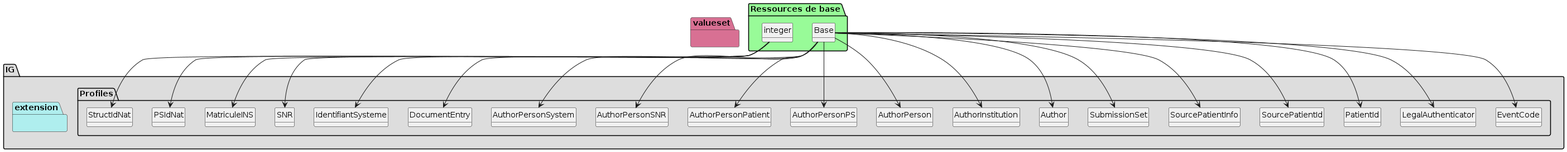
Before: add-info-dmp/plantuml/graph.png, a diagram exported from PlantUML (ansforge/IG-FHIR-PDSM4DMP-EEDS).
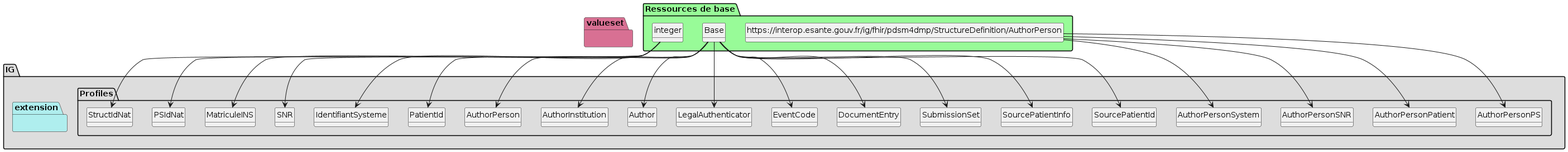
Later version of the same file.

The edit, as a diff of the source:
```diff
@@ -19,65 +19,71 @@
         class AuthorInstitution{
 
              AuthorInstitution => [None..None]
-             AuthorInstitution.1 => [1..1]
-             AuthorInstitution.6 => [1..1]
-             AuthorInstitution.7 => [1..1]
-             AuthorInstitution.10 => [1..1]
+             AuthorInstitution.XON1 => [1..1]
+             AuthorInstitution.XON6 => [1..1]
+             AuthorInstitution.XON6.composant1 => [1..1]
+             AuthorInstitution.XON6.composant2 => [1..1]
+             AuthorInstitution.XON6.composant3 => [1..1]
+             AuthorInstitution.XON7 => [1..1]
+             AuthorInstitution.XON10 => [1..1]
         }
 
         class AuthorPerson{
 
              AuthorPerson => [None..None]
-             AuthorPerson.1 => [1..1]
-             AuthorPerson.2 => [1..1]
-             AuthorPerson.3 => [1..1]
-             AuthorPerson.9 => [1..1]
-             AuthorPerson.10 => [1..1]
-             AuthorPerson.13 => [1..1]
+             AuthorPerson.XCN1 => [1..1]
+             AuthorPerson.XCN2 => [1..1]
+             AuthorPerson.XCN3 => [1..1]
+             AuthorPerson.XCN9 => [1..1]
+             AuthorPerson.XCN9.composant1 => [1..1]
+             AuthorPerson.XCN9.composant2 => [1..1]
+             AuthorPerson.XCN9.composant3 => [1..1]
+             AuthorPerson.XCN10 => [1..1]
+             AuthorPerson.XCN13 => [1..1]
         }
 
         class AuthorPersonPS{
 
              AuthorPersonPS => [None..None]
-             AuthorPersonPS.1 => [1..1]
-             AuthorPersonPS.2 => [1..1]
-             AuthorPersonPS.3 => [1..1]
-             AuthorPersonPS.9 => [1..1]
-             AuthorPersonPS.10 => [1..1]
-             AuthorPersonPS.13 => [1..1]
+             AuthorPersonPS.XCN1 => [None..None]
+             AuthorPersonPS.XCN2 => [None..None]
+             AuthorPersonPS.XCN3 => [None..None]
+             AuthorPersonPS.XCN9.composant2 => [None..None]
+             AuthorPersonPS.XCN10 => [None..None]
+             AuthorPersonPS.XCN13 => [None..None]
         }
 
         class AuthorPersonPatient{
 
              AuthorPersonPatient => [None..None]
-             AuthorPersonPatient.1 => [1..1]
-             AuthorPersonPatient.2 => [1..1]
-             AuthorPersonPatient.3 => [1..1]
-             AuthorPersonPatient.9 => [1..1]
-             AuthorPersonPatient.10 => [1..1]
-             AuthorPersonPatient.13 => [1..1]
+             AuthorPersonPatient.XCN1 => [None..None]
+             AuthorPersonPatient.XCN2 => [None..None]
+             AuthorPersonPatient.XCN3 => [None..None]
+             AuthorPersonPatient.XCN9.composant2 => [None..None]
+             AuthorPersonPatient.XCN10 => [None..None]
+             AuthorPersonPatient.XCN13 => [None..None]
         }
 
         class AuthorPersonSNR{
 
              AuthorPersonSNR => [None..None]
-             AuthorPersonSNR.1 => [1..1]
-             AuthorPersonSNR.2 => [1..1]
-             AuthorPersonSNR.3 => [1..1]
-             AuthorPersonSNR.9 => [1..1]
-             AuthorPersonSNR.10 => [1..1]
-             AuthorPersonSNR.13 => [1..1]
+             AuthorPersonSNR.XCN1 => [None..None]
+             AuthorPersonSNR.XCN2 => [None..None]
+             AuthorPersonSNR.XCN3 => [None..None]
+             AuthorPersonSNR.XCN9.composant2 => [None..None]
+             AuthorPersonSNR.XCN10 => [None..None]
+             AuthorPersonSNR.XCN13 => [None..None]
         }
 
         class AuthorPersonSystem{
 
              AuthorPersonSystem => [None..None]
-             AuthorPersonSystem.1 => [1..1]
-             AuthorPersonSystem.2 => [1..1]
-             AuthorPersonSystem.3 => [1..1]
-             AuthorPersonSystem.9 => [1..1]
-             AuthorPersonSystem.10 => [1..1]
-             AuthorPersonSystem.13 => [1..1]
+             AuthorPersonSystem.XCN1 => [None..None]
+             AuthorPersonSystem.XCN2 => [None..None]
+             AuthorPersonSystem.XCN3 => [None..None]
+             AuthorPersonSystem.XCN9.composant2 => [None..None]
+             AuthorPersonSystem.XCN10 => [None..None]
+             AuthorPersonSystem.XCN13 => [None..None]
         }
 
         class DocumentEntry{
@@ -132,12 +138,12 @@
         class LegalAuthenticator{
 
              LegalAuthenticator => [None..None]
-             LegalAuthenticator.1 => [1..1]
-             LegalAuthenticator.2 => [1..1]
-             LegalAuthenticator.3 => [1..1]
-             LegalAuthenticator.9 => [1..1]
-             LegalAuthenticator.10 => [1..1]
-             LegalAuthenticator.13 => [1..1]
+             LegalAuthenticator.XCN1 => [1..1]
+             LegalAuthenticator.XCN2 => [1..1]
+             LegalAuthenticator.XCN3 => [1..1]
+             LegalAuthenticator.XCN9 => [1..1]
+             LegalAuthenticator.XCN10 => [1..1]
+             LegalAuthenticator.XCN13 => [1..1]
         }
 
         class MatriculeINS{
@@ -151,9 +157,9 @@
         class PatientId{
 
              PatientId => [None..None]
-             PatientId.1 => [1..1]
-             PatientId.4 => [1..1]
-             PatientId.5 => [1..1]
+             PatientId.CX1 => [1..1]
+             PatientId.CX4 => [1..1]
+             PatientId.CX5 => [1..1]
         }
 
         class SNR{
@@ -163,26 +169,25 @@
         class SourcePatientId{
 
              SourcePatientId => [None..None]
-             SourcePatientId.1 => [1..1]
-             SourcePatientId.4 => [1..1]
-             SourcePatientId.5 => [1..1]
+             SourcePatientId.CX1 => [1..1]
+             SourcePatientId.CX4 => [1..1]
+             SourcePatientId.CX5 => [1..1]
         }
 
         class SourcePatientInfo{
 
              SourcePatientInfo => [None..None]
-             SourcePatientInfo.PID => [1..1]
-             SourcePatientInfo.PID.3 => [0..1]
-             SourcePatientInfo.PID.5 => [1..*]
-             SourcePatientInfo.PID.7 => [0..1]
-             SourcePatientInfo.PID.8 => [0..1]
-             SourcePatientInfo.PID.11 => [0..1]
-             SourcePatientInfo.PID.13 => [0..1]
-             SourcePatientInfo.PID.14 => [0..1]
-             SourcePatientInfo.PID.15 => [0..1]
-             SourcePatientInfo.PID.16 => [0..1]
-             SourcePatientInfo.PID.18 => [0..1]
-             SourcePatientInfo.PID.21 => [0..1]
+             SourcePatientInfo.PID3 => [0..1]
+             SourcePatientInfo.PID5 => [1..*]
+             SourcePatientInfo.PID7 => [0..1]
+             SourcePatientInfo.PID8 => [0..1]
+             SourcePatientInfo.PID11 => [0..1]
+             SourcePatientInfo.PID13 => [0..1]
+             SourcePatientInfo.PID14 => [0..1]
+             SourcePatientInfo.PID15 => [0..1]
+             SourcePatientInfo.PID16 => [0..1]
+             SourcePatientInfo.PID18 => [0..1]
+             SourcePatientInfo.PID21 => [0..1]
         }
 
         class StructIdNat{
@@ -229,21 +234,21 @@
 
     class095a1b43effec73955e31e790438de49 --> AuthorPerson
 
- class "Base" as  class095a1b43effec73955e31e790438de49
+ class "https://interop.esante.gouv.fr/ig/fhir/pdsm4dmp/StructureDefinition/AuthorPerson" as  class13efa5e33f55644d6cfbc450d7ab19ac
 
-    class095a1b43effec73955e31e790438de49 --> AuthorPersonPS
+    class13efa5e33f55644d6cfbc450d7ab19ac --> AuthorPersonPS
 
- class "Base" as  class095a1b43effec73955e31e790438de49
+ class "https://interop.esante.gouv.fr/ig/fhir/pdsm4dmp/StructureDefinition/AuthorPerson" as  class13efa5e33f55644d6cfbc450d7ab19ac
 
-    class095a1b43effec73955e31e790438de49 --> AuthorPersonPatient
+    class13efa5e33f55644d6cfbc450d7ab19ac --> AuthorPersonPatient
 
- class "Base" as  class095a1b43effec73955e31e790438de49
+ class "https://interop.esante.gouv.fr/ig/fhir/pdsm4dmp/StructureDefinition/AuthorPerson" as  class13efa5e33f55644d6cfbc450d7ab19ac
 
-    class095a1b43effec73955e31e790438de49 --> AuthorPersonSNR
+    class13efa5e33f55644d6cfbc450d7ab19ac --> AuthorPersonSNR
 
- class "Base" as  class095a1b43effec73955e31e790438de49
+ class "https://interop.esante.gouv.fr/ig/fhir/pdsm4dmp/StructureDefinition/AuthorPerson" as  class13efa5e33f55644d6cfbc450d7ab19ac
 
-    class095a1b43effec73955e31e790438de49 --> AuthorPersonSystem
+    class13efa5e33f55644d6cfbc450d7ab19ac --> AuthorPersonSystem
 
  class "Base" as  class095a1b43effec73955e31e790438de49
 
```
